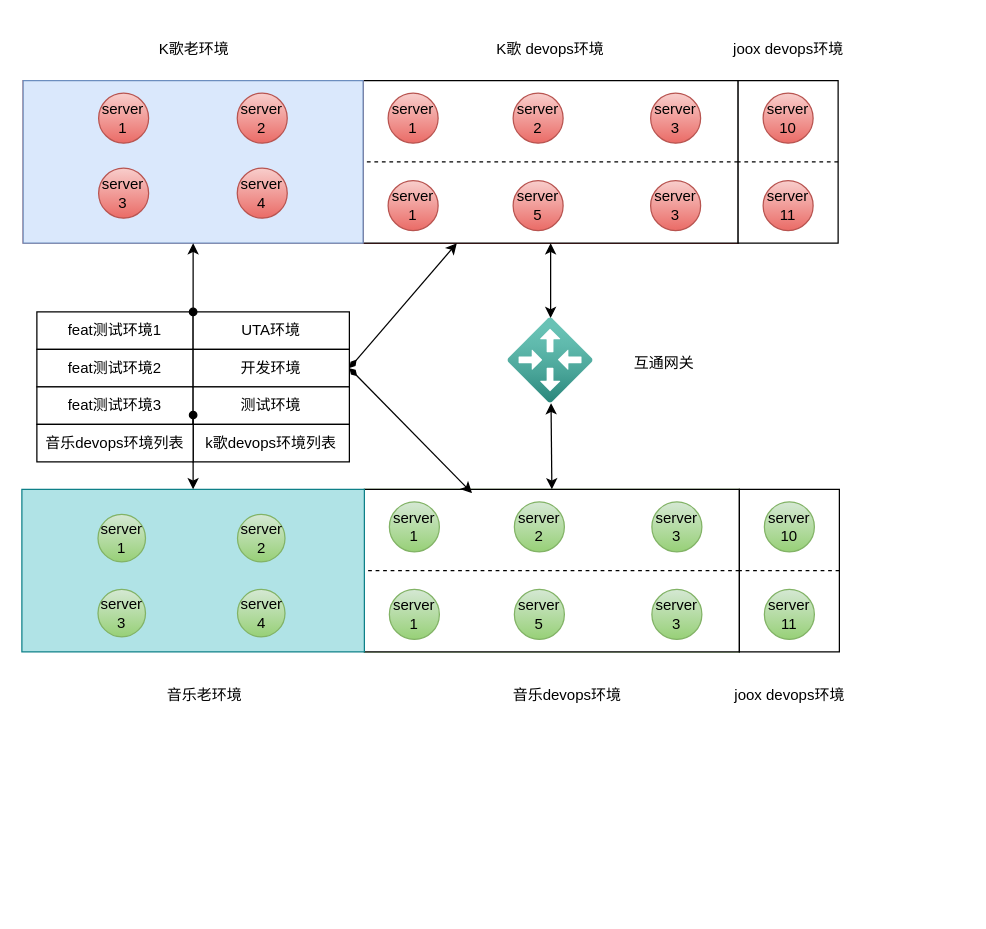
The draw.io diagram page "joox测试环境" (5 of 5) of sidecar.drawio in xinguai/asmshare, before the edit. Source tidied: cells renumbered, new cells numbered last; positions are measured from the earlier drawing's top-left corner, leaving out a move shared by most shapes. Both pictures are drawn from the tidied source at 125%, with x=0, y=0 at pixel (21, 30).
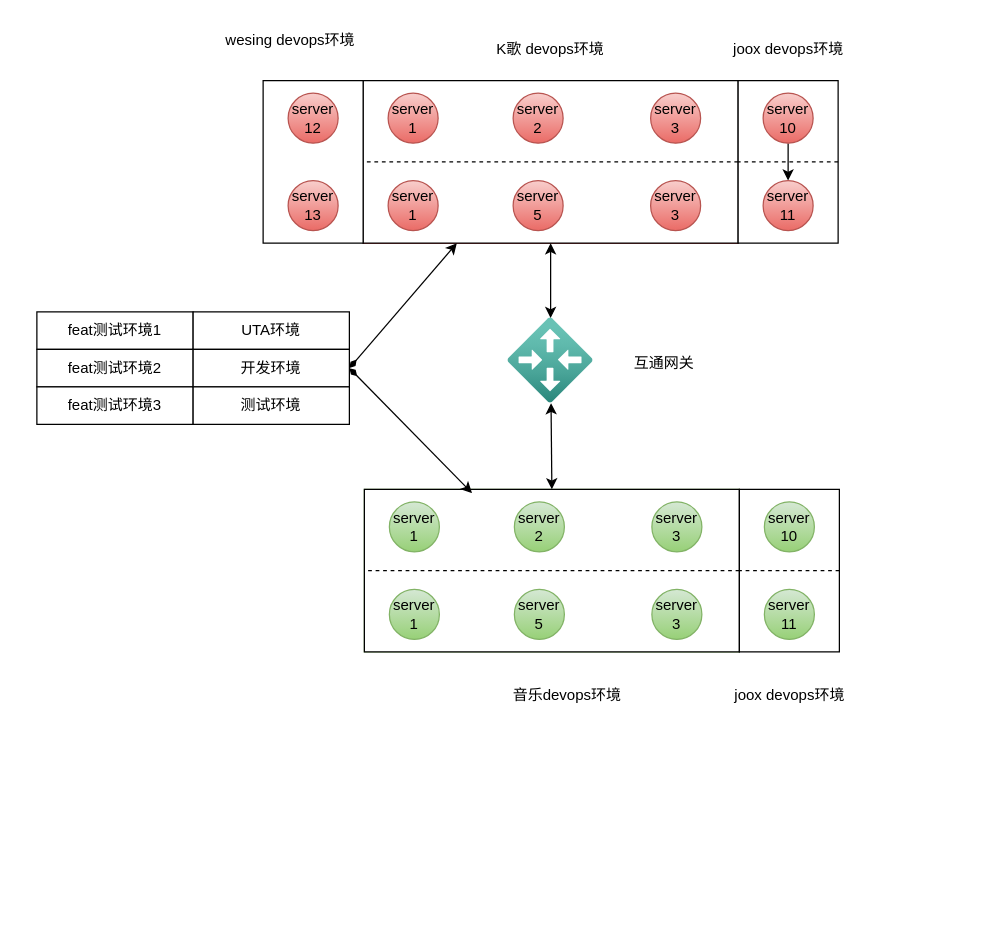
Above is the later version.

Unchanged cells that the change refers to:
```xml
<mxCell id="51" value="server 10" style="ellipse;whiteSpace=wrap;html=1;fillColor=#f8cecc;gradientColor=#ea6b66;strokeColor=#b85450;" parent="1" vertex="1">
  <mxGeometry x="593" y="50" width="40" height="40" as="geometry" />
</mxCell>
<mxCell id="53" value="server 11" style="ellipse;whiteSpace=wrap;html=1;fillColor=#f8cecc;gradientColor=#ea6b66;strokeColor=#b85450;" parent="1" vertex="1">
  <mxGeometry x="593" y="120" width="40" height="40" as="geometry" />
</mxCell>
<mxCell id="55" style="group;" parent="1" vertex="1">
  <mxGeometry x="12" y="225" width="250" height="116" as="geometry" />
</mxCell>
<mxCell id="56" value="feat测试环境1" style="rounded=0;whiteSpace=wrap;html=1;" parent="55" vertex="1">
  <mxGeometry width="125" height="30" as="geometry" />
</mxCell>
<mxCell id="58" value="feat测试环境3" style="rounded=0;whiteSpace=wrap;html=1;" parent="55" vertex="1">
  <mxGeometry y="60" width="125" height="30" as="geometry" />
</mxCell>
```

Change to the diagram source:
```diff
@@
-    <mxCell id="2" value="K歌老环境" style="text;html=1;strokeColor=none;fillColor=none;align=center;verticalAlign=middle;whiteSpace=wrap;rounded=0;" parent="1" vertex="1">
-      <mxGeometry x="108" width="60" height="30" as="geometry" />
+    <mxCell id="2" value="wesing devops环境" style="text;html=1;strokeColor=none;fillColor=none;align=center;verticalAlign=middle;whiteSpace=wrap;rounded=0;" parent="1" vertex="1">
+      <mxGeometry x="162" y="-7" width="106" height="30" as="geometry" />
     </mxCell>
@@
-    <mxCell id="29" style="group;fillColor=#f8cecc;strokeColor=#b85450;" parent="1" vertex="1">
-      <mxGeometry x="1" y="40" width="272" height="130" as="geometry" />
-    </mxCell>
-    <mxCell id="30" style="rounded=0;whiteSpace=wrap;html=1;fillColor=#dae8fc;strokeColor=#6c8ebf;" parent="29" vertex="1">
-      <mxGeometry width="272" height="130" as="geometry" />
-    </mxCell>
-    <mxCell id="31" value="server 1" style="ellipse;whiteSpace=wrap;html=1;fillColor=#f8cecc;gradientColor=#ea6b66;strokeColor=#b85450;" parent="29" vertex="1">
-      <mxGeometry x="60.4" y="10" width="40" height="40" as="geometry" />
-    </mxCell>
-    <mxCell id="32" value="server 2" style="ellipse;whiteSpace=wrap;html=1;fillColor=#f8cecc;gradientColor=#ea6b66;strokeColor=#b85450;" parent="29" vertex="1">
-      <mxGeometry x="171.3" y="10" width="40" height="40" as="geometry" />
-    </mxCell>
-    <mxCell id="33" value="server 3" style="ellipse;whiteSpace=wrap;html=1;fillColor=#f8cecc;gradientColor=#ea6b66;strokeColor=#b85450;" parent="29" vertex="1">
-      <mxGeometry x="60.4" y="70" width="40" height="40" as="geometry" />
-    </mxCell>
-    <mxCell id="34" value="server 4" style="ellipse;whiteSpace=wrap;html=1;fillColor=#f8cecc;gradientColor=#ea6b66;strokeColor=#b85450;" parent="29" vertex="1">
-      <mxGeometry x="171.3" y="70" width="40" height="40" as="geometry" />
-    </mxCell>
-    <mxCell id="35" style="group;" parent="1" vertex="1">
-      <mxGeometry y="367" width="274" height="140" as="geometry" />
-    </mxCell>
-    <mxCell id="36" style="group;" parent="35" vertex="1">
-      <mxGeometry y="10" width="274" height="130" as="geometry" />
-    </mxCell>
-    <mxCell id="37" style="rounded=0;whiteSpace=wrap;html=1;fillColor=#b0e3e6;strokeColor=#0e8088;" parent="35" vertex="1">
-      <mxGeometry width="274" height="130" as="geometry" />
-    </mxCell>
-    <mxCell id="38" value="server 1" style="ellipse;whiteSpace=wrap;html=1;fillColor=#d5e8d4;strokeColor=#82b366;gradientColor=#97d077;" parent="35" vertex="1">
-      <mxGeometry x="60.9" y="20" width="38" height="38" as="geometry" />
-    </mxCell>
-    <mxCell id="39" value="server 2" style="ellipse;whiteSpace=wrap;html=1;fillColor=#d5e8d4;gradientColor=#97d077;strokeColor=#82b366;" parent="35" vertex="1">
-      <mxGeometry x="172.5" y="20" width="38" height="38" as="geometry" />
-    </mxCell>
-    <mxCell id="40" value="server 3" style="ellipse;whiteSpace=wrap;html=1;fillColor=#d5e8d4;gradientColor=#97d077;strokeColor=#82b366;" parent="35" vertex="1">
-      <mxGeometry x="60.9" y="80" width="38" height="38" as="geometry" />
-    </mxCell>
-    <mxCell id="41" value="server 4" style="ellipse;whiteSpace=wrap;html=1;fillColor=#d5e8d4;gradientColor=#97d077;strokeColor=#82b366;" parent="35" vertex="1">
-      <mxGeometry x="172.5" y="80" width="38" height="38" as="geometry" />
-    </mxCell>
-    <mxCell id="42" value="音乐老环境" style="text;html=1;strokeColor=none;fillColor=none;align=center;verticalAlign=middle;whiteSpace=wrap;rounded=0;" parent="1" vertex="1">
-      <mxGeometry x="109" y="517" width="75" height="30" as="geometry" />
-    </mxCell>
@@
+    <mxCell id="68" style="edgeStyle=orthogonalEdgeStyle;rounded=0;jettySize=auto;html=1;" parent="1" edge="1" source="51" target="53">
+      <mxGeometry relative="1" as="geometry" />
+    </mxCell>
@@
-    <mxCell id="62" value="k歌devops环境列表" style="rounded=0;whiteSpace=wrap;html=1;" parent="55" vertex="1">
-      <mxGeometry x="125" y="90" width="125" height="30" as="geometry" />
-    </mxCell>
-    <mxCell id="63" style="rounded=1;jettySize=auto;html=1;exitX=1;exitY=0;exitDx=0;exitDy=0;entryX=0.5;entryY=1;entryDx=0;entryDy=0;startArrow=oval;startFill=1;endArrow=classic;endFill=1;" parent="1" edge="1" source="56" target="30">
-      <mxGeometry relative="1" as="geometry" />
-    </mxCell>
-    <mxCell id="64" style="edgeStyle=none;rounded=0;jettySize=auto;html=1;exitX=1;exitY=0.75;exitDx=0;exitDy=0;startArrow=oval;startFill=1;endArrow=classic;endFill=1;" parent="1" edge="1" source="58" target="37">
-      <mxGeometry relative="1" as="geometry" />
-    </mxCell>
@@
-    <mxCell id="67" value="音乐devops环境列表" style="rounded=0;whiteSpace=wrap;html=1;" parent="1" vertex="1">
-      <mxGeometry x="12" y="315" width="125" height="30" as="geometry" />
-    </mxCell>
+    <mxCell id="69" style="rounded=0;whiteSpace=wrap;html=1;" parent="1" vertex="1">
+      <mxGeometry x="193" y="40" width="80" height="130" as="geometry" />
+    </mxCell>
+    <mxCell id="70" value="server 12" style="ellipse;whiteSpace=wrap;html=1;fillColor=#f8cecc;gradientColor=#ea6b66;strokeColor=#b85450;" parent="1" vertex="1">
+      <mxGeometry x="213" y="50" width="40" height="40" as="geometry" />
+    </mxCell>
+    <mxCell id="71" value="server 13" style="ellipse;whiteSpace=wrap;html=1;fillColor=#f8cecc;gradientColor=#ea6b66;strokeColor=#b85450;" parent="1" vertex="1">
+      <mxGeometry x="213" y="120" width="40" height="40" as="geometry" />
+    </mxCell>
```
